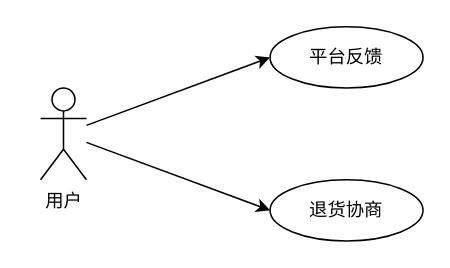
The draw.io diagram 客服模块用例图.drawio in 200928/image, before the edit. Source tidied: cells renumbered, new cells numbered last; positions are measured from the earlier drawing's top-left corner, leaving out a move shared by most shapes. Both pictures are drawn from the tidied source at 153%, with x=0, y=0 at pixel (40, 26).
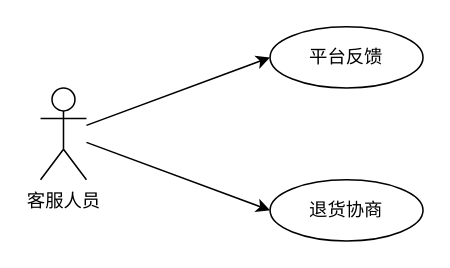
Above is the later version.

Commit message (it also covers changes not shown here):
更新客服模块用例图.drawio

Change to the diagram source:
```diff
@@
 <mxGraphModel>
   <root>
     <mxCell id="0" />
     <mxCell id="1" parent="0" />
     <mxCell id="2" style="edgeStyle=none;rounded=0;jettySize=auto;html=1;entryX=0;entryY=0.5;entryDx=0;entryDy=0;fontSize=11;" parent="1" edge="1" source="4" target="5">
       <mxGeometry relative="1" as="geometry" />
     </mxCell>
     <mxCell id="3" style="edgeStyle=none;rounded=0;jettySize=auto;html=1;entryX=0;entryY=0.5;entryDx=0;entryDy=0;fontSize=11;" parent="1" edge="1" source="4" target="6">
       <mxGeometry relative="1" as="geometry" />
     </mxCell>
-    <mxCell id="4" value="用户" style="shape=umlActor;verticalLabelPosition=bottom;verticalAlign=top;html=1;" parent="1" vertex="1">
+    <mxCell id="4" value="客服人员" style="shape=umlActor;verticalLabelPosition=bottom;verticalAlign=top;html=1;" parent="1" vertex="1">
       <mxGeometry y="40" width="30" height="60" as="geometry" />
     </mxCell>
     <mxCell id="5" value="平台反馈" style="ellipse;whiteSpace=wrap;html=1;" parent="1" vertex="1">
       <mxGeometry x="150" width="100" height="40" as="geometry" />
     </mxCell>
     <mxCell id="6" value="退货协商" style="ellipse;whiteSpace=wrap;html=1;" parent="1" vertex="1">
       <mxGeometry x="150" y="100" width="100" height="40" as="geometry" />
     </mxCell>
   </root>
 </mxGraphModel>
```
